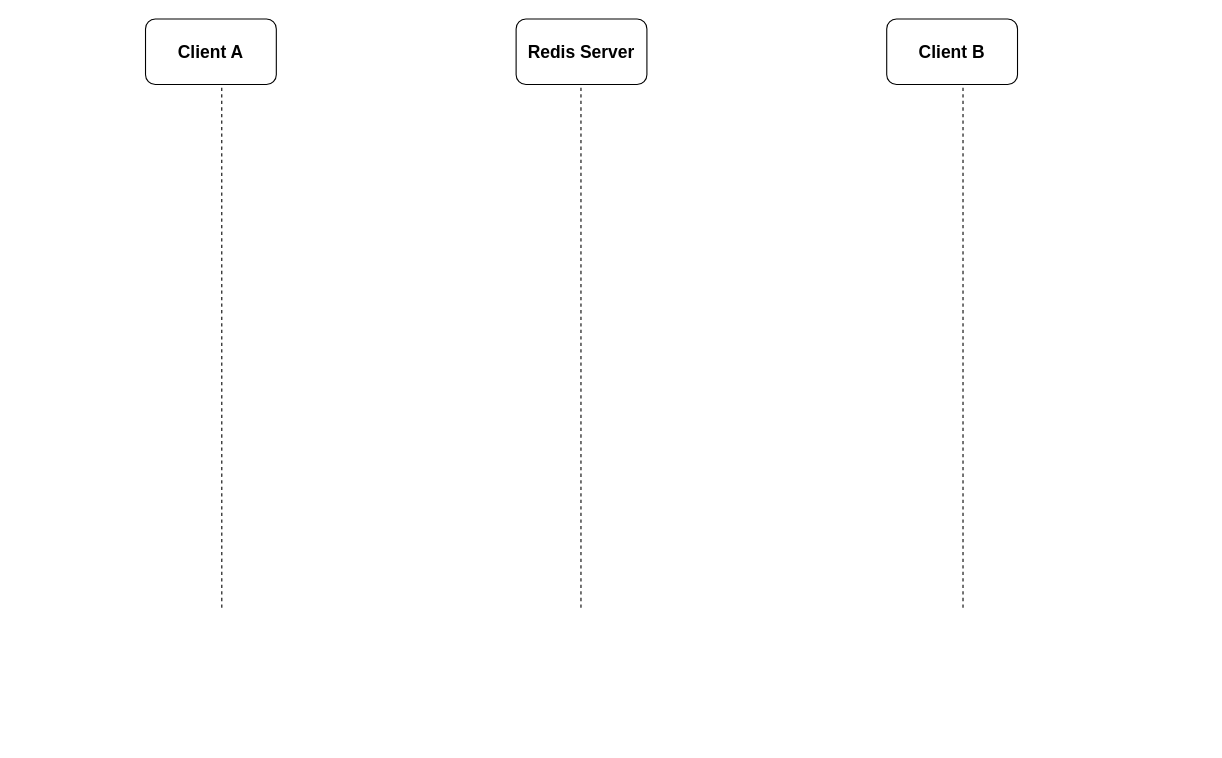
Earlier version of the draw.io diagram Redis实现分布式锁流程.drawio (852438143/drawIo). Source tidied: cells renumbered, new cells numbered last; positions are measured from the earlier drawing's top-left corner, leaving out a move shared by most shapes. Both pictures are drawn from the tidied source at 109%, with x=0, y=0 at pixel (145, 19).
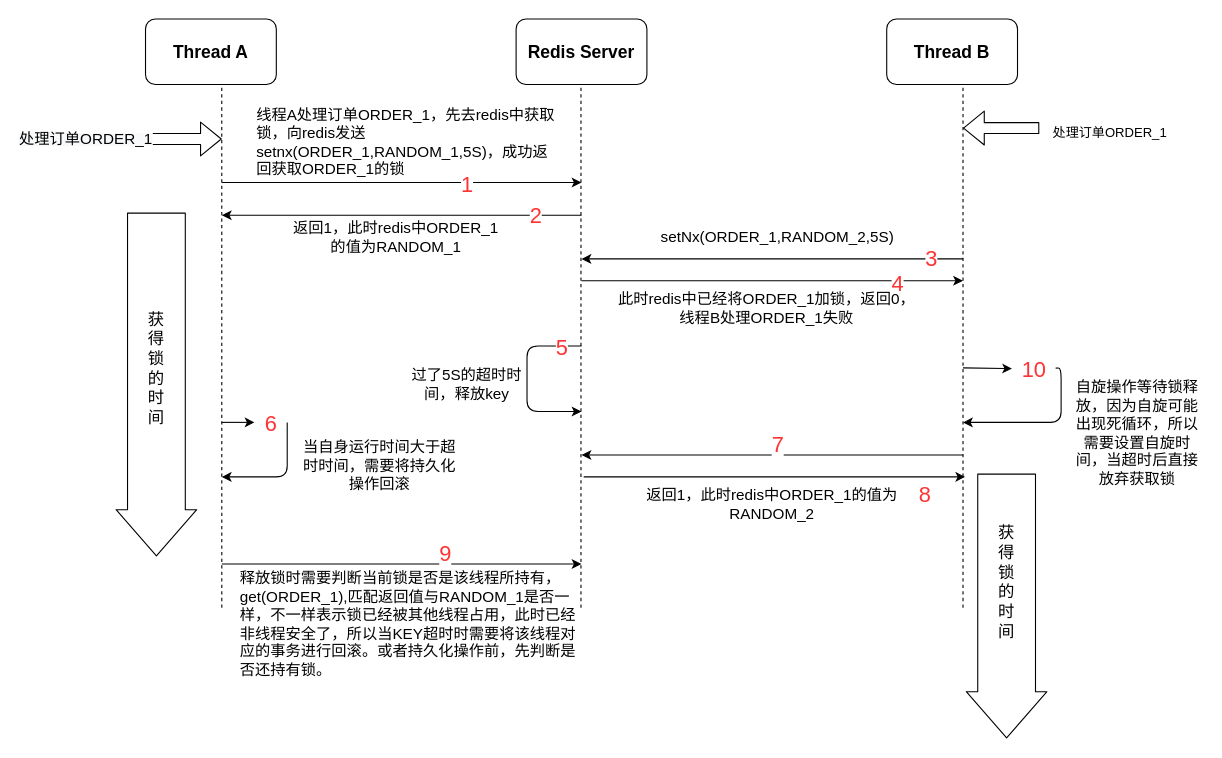
The same page after the edit.

Commit message:
Update Redis实现分布式锁流程.drawio

Diff of the diagram source:
```diff
@@
-    <mxCell id="2" value="&lt;font style=&quot;font-size: 16px&quot;&gt;&lt;b&gt;Client A&lt;/b&gt;&lt;/font&gt;" style="rounded=1;whiteSpace=wrap;html=1;" parent="1" vertex="1">
+    <mxCell id="2" value="&lt;font style=&quot;font-size: 16px&quot;&gt;&lt;b&gt;Thread A&lt;/b&gt;&lt;/font&gt;" style="rounded=1;whiteSpace=wrap;html=1;" parent="1" vertex="1">
       <mxGeometry width="120" height="60" as="geometry" />
     </mxCell>
@@
-    <mxCell id="4" value="&lt;font style=&quot;font-size: 16px&quot;&gt;&lt;b&gt;Client B&lt;/b&gt;&lt;/font&gt;" style="rounded=1;whiteSpace=wrap;html=1;" parent="1" vertex="1">
+    <mxCell id="4" value="&lt;font style=&quot;font-size: 16px&quot;&gt;&lt;b&gt;Thread B&lt;/b&gt;&lt;/font&gt;" style="rounded=1;whiteSpace=wrap;html=1;" parent="1" vertex="1">
       <mxGeometry x="680" width="120" height="60" as="geometry" />
     </mxCell>
@@
+    <mxCell id="8" style="endArrow=classic;html=1;" parent="1" edge="1">
+      <mxGeometry relative="1" as="geometry">
+        <mxPoint x="70" y="150" as="sourcePoint" />
+        <mxPoint x="400" y="150" as="targetPoint" />
+      </mxGeometry>
+    </mxCell>
+    <mxCell id="9" value="&lt;font style=&quot;font-size: 20px&quot; color=&quot;#ff3333&quot;&gt;1&lt;/font&gt;" style="edgeLabel;html=1;align=center;verticalAlign=middle;" parent="8" vertex="1">
+      <mxGeometry x="0.36" relative="1" as="geometry" />
+    </mxCell>
+    <mxCell id="10" value="处理订单ORDER_1" style="text;html=1;strokeColor=none;fillColor=none;align=center;verticalAlign=middle;whiteSpace=wrap;rounded=0;" parent="1" vertex="1">
+      <mxGeometry x="830" y="70" width="110" height="70" as="geometry" />
+    </mxCell>
+    <mxCell id="11" style="shape=flexArrow;endArrow=classic;html=1;" parent="1" edge="1">
+      <mxGeometry relative="1" as="geometry">
+        <mxPoint x="-90" y="110" as="sourcePoint" />
+        <mxPoint x="70" y="110" as="targetPoint" />
+      </mxGeometry>
+    </mxCell>
+    <mxCell id="12" value="&lt;span style=&quot;background-color: rgb(248 , 249 , 250)&quot;&gt;&lt;font style=&quot;font-size: 14px&quot;&gt;处理订单ORDER_1&lt;/font&gt;&lt;/span&gt;" style="edgeLabel;html=1;align=center;verticalAlign=middle;" parent="11" vertex="1">
+      <mxGeometry x="-0.57" y="1" relative="1" as="geometry" />
+    </mxCell>
+    <mxCell id="13" style="shape=flexArrow;endArrow=classic;html=1;" parent="1" edge="1">
+      <mxGeometry relative="1" as="geometry">
+        <mxPoint x="820" y="100" as="sourcePoint" />
+        <mxPoint x="750" y="100" as="targetPoint" />
+      </mxGeometry>
+    </mxCell>
+    <mxCell id="14" value="&lt;font style=&quot;font-size: 14px&quot;&gt;线程A处理订单ORDER_1，先去redis中获取锁，向redis发送setnx(ORDER_1,RANDOM_1,5S)，成功返回获取ORDER_1的锁&lt;/font&gt;" style="text;html=1;strokeColor=none;fillColor=none;align=left;verticalAlign=middle;whiteSpace=wrap;rounded=0;" parent="1" vertex="1">
+      <mxGeometry x="100" y="85" width="280" height="55" as="geometry" />
+    </mxCell>
+    <mxCell id="15" style="endArrow=classic;html=1;" parent="1" edge="1">
+      <mxGeometry relative="1" as="geometry">
+        <mxPoint x="400" y="180" as="sourcePoint" />
+        <mxPoint x="70" y="180" as="targetPoint" />
+      </mxGeometry>
+    </mxCell>
+    <mxCell id="16" value="&lt;font color=&quot;#ff3333&quot; style=&quot;font-size: 20px&quot;&gt;2&lt;/font&gt;" style="edgeLabel;html=1;align=center;verticalAlign=middle;" parent="15" vertex="1">
+      <mxGeometry x="-0.74" y="-1" relative="1" as="geometry" />
+    </mxCell>
+    <mxCell id="17" value="&lt;font style=&quot;font-size: 14px&quot;&gt;返回1，此时redis中ORDER_1的值为RANDOM_1&lt;/font&gt;" style="text;html=1;strokeColor=none;fillColor=none;align=center;verticalAlign=middle;whiteSpace=wrap;rounded=0;" parent="1" vertex="1">
+      <mxGeometry x="130" y="190" width="200" height="20" as="geometry" />
+    </mxCell>
+    <mxCell id="18" style="endArrow=classic;html=1;" parent="1" edge="1">
+      <mxGeometry relative="1" as="geometry">
+        <mxPoint x="750" y="220" as="sourcePoint" />
+        <mxPoint x="400" y="220" as="targetPoint" />
+      </mxGeometry>
+    </mxCell>
+    <mxCell id="19" value="&lt;font color=&quot;#ff3333&quot; style=&quot;font-size: 20px&quot;&gt;3&lt;/font&gt;" style="edgeLabel;html=1;align=center;verticalAlign=middle;" parent="18" vertex="1">
+      <mxGeometry x="-0.83" y="4" relative="1" as="geometry">
+        <mxPoint y="-6" as="offset" />
+      </mxGeometry>
+    </mxCell>
+    <mxCell id="20" value="&lt;font style=&quot;font-size: 14px&quot;&gt;setNx(ORDER_1,RANDOM_2,5S)&lt;/font&gt;" style="text;html=1;strokeColor=none;fillColor=none;align=center;verticalAlign=middle;whiteSpace=wrap;rounded=0;" parent="1" vertex="1">
+      <mxGeometry x="470" y="175" width="220" height="50" as="geometry" />
+    </mxCell>
+    <mxCell id="21" style="endArrow=classic;html=1;" parent="1" edge="1">
+      <mxGeometry relative="1" as="geometry">
+        <mxPoint x="400" y="240" as="sourcePoint" />
+        <mxPoint x="750" y="240" as="targetPoint" />
+      </mxGeometry>
+    </mxCell>
+    <mxCell id="22" value="&lt;span style=&quot;font-size: 20px&quot;&gt;&lt;font color=&quot;#ff3333&quot;&gt;4&lt;/font&gt;&lt;/span&gt;" style="edgeLabel;html=1;align=center;verticalAlign=middle;" parent="21" vertex="1">
+      <mxGeometry x="0.65" y="-1" relative="1" as="geometry" />
+    </mxCell>
+    <mxCell id="23" value="&lt;font style=&quot;font-size: 14px&quot;&gt;此时redis中已经将ORDER_1加锁，返回0，线程B处理ORDER_1失败&lt;/font&gt;" style="text;html=1;strokeColor=none;fillColor=none;align=center;verticalAlign=middle;whiteSpace=wrap;rounded=0;" parent="1" vertex="1">
+      <mxGeometry x="430" y="250" width="280" height="30" as="geometry" />
+    </mxCell>
+    <mxCell id="24" style="endArrow=classic;html=1;" parent="1" edge="1" source="45">
+      <mxGeometry relative="1" as="geometry">
+        <mxPoint x="750" y="370" as="targetPoint" />
+        <Array as="points">
+          <mxPoint x="840" y="320" />
+          <mxPoint x="840" y="370" />
+        </Array>
+      </mxGeometry>
+    </mxCell>
+    <mxCell id="25" style="endArrow=classic;html=1;" parent="1" edge="1">
+      <mxGeometry relative="1" as="geometry">
+        <mxPoint x="750" y="400" as="sourcePoint" />
+        <mxPoint x="400" y="400" as="targetPoint" />
+      </mxGeometry>
+    </mxCell>
+    <mxCell id="26" value="&lt;font style=&quot;font-size: 14px&quot;&gt;自旋操作等待锁释放，因为自旋可能出现死循环，所以需要设置自旋时间，当超时后直接放弃获取锁&lt;/font&gt;" style="text;html=1;strokeColor=none;fillColor=none;align=center;verticalAlign=middle;whiteSpace=wrap;rounded=0;" parent="1" vertex="1">
+      <mxGeometry x="850" y="320" width="120" height="120" as="geometry" />
+    </mxCell>
+    <mxCell id="27" style="endArrow=classic;html=1;" parent="1" edge="1">
+      <mxGeometry relative="1" as="geometry">
+        <mxPoint x="400" y="300" as="sourcePoint" />
+        <mxPoint x="400" y="360" as="targetPoint" />
+        <Array as="points">
+          <mxPoint x="350" y="300" />
+          <mxPoint x="350" y="360" />
+        </Array>
+      </mxGeometry>
+    </mxCell>
+    <mxCell id="28" value="&lt;font style=&quot;font-size: 14px&quot;&gt;过了5S的超时时间，释放key&lt;/font&gt;" style="text;html=1;strokeColor=none;fillColor=none;align=center;verticalAlign=middle;whiteSpace=wrap;rounded=0;" parent="1" vertex="1">
+      <mxGeometry x="240" y="310" width="110" height="50" as="geometry" />
+    </mxCell>
+    <mxCell id="29" style="endArrow=classic;html=1;" parent="1" edge="1">
+      <mxGeometry relative="1" as="geometry">
+        <mxPoint x="70" y="500" as="sourcePoint" />
+        <mxPoint x="400" y="500" as="targetPoint" />
+      </mxGeometry>
+    </mxCell>
+    <mxCell id="30" style="endArrow=classic;html=1;" parent="1" edge="1">
+      <mxGeometry relative="1" as="geometry">
+        <mxPoint x="402" y="420" as="sourcePoint" />
+        <mxPoint x="752" y="420" as="targetPoint" />
+      </mxGeometry>
+    </mxCell>
+    <mxCell id="31" value="&lt;span style=&quot;font-size: 14px&quot;&gt;返回1，此时redis中ORDER_1的值为RANDOM_2&lt;/span&gt;" style="text;html=1;strokeColor=none;fillColor=none;align=center;verticalAlign=middle;whiteSpace=wrap;rounded=0;" parent="1" vertex="1">
+      <mxGeometry x="435" y="430" width="280" height="30" as="geometry" />
+    </mxCell>
+    <mxCell id="32" style="shape=flexArrow;endArrow=classic;html=1;width=53;endSize=13.8;" parent="1" edge="1">
+      <mxGeometry relative="1" as="geometry">
+        <mxPoint x="10" y="177.5" as="sourcePoint" />
+        <mxPoint x="10" y="493" as="targetPoint" />
+      </mxGeometry>
+    </mxCell>
+    <mxCell id="33" value="&lt;span style=&quot;background-color: rgb(255 , 255 , 255)&quot;&gt;&lt;font style=&quot;font-size: 15px&quot;&gt;获得锁的时间&lt;/font&gt;&lt;/span&gt;" style="text;html=1;strokeColor=none;fillColor=none;align=center;verticalAlign=middle;whiteSpace=wrap;rounded=0;" parent="1" vertex="1">
+      <mxGeometry y="250" width="20" height="140" as="geometry" />
+    </mxCell>
+    <mxCell id="34" style="shape=flexArrow;endArrow=classic;html=1;width=53;endSize=13.8;" parent="1" edge="1">
+      <mxGeometry relative="1" as="geometry">
+        <mxPoint x="790" y="417" as="sourcePoint" />
+        <mxPoint x="790" y="660" as="targetPoint" />
+      </mxGeometry>
+    </mxCell>
+    <mxCell id="35" value="&lt;span style=&quot;background-color: rgb(255 , 255 , 255)&quot;&gt;&lt;font style=&quot;font-size: 15px&quot;&gt;获得锁的时间&lt;/font&gt;&lt;/span&gt;" style="text;html=1;strokeColor=none;fillColor=none;align=center;verticalAlign=middle;whiteSpace=wrap;rounded=0;" parent="1" vertex="1">
+      <mxGeometry x="780" y="445.5" width="20" height="140" as="geometry" />
+    </mxCell>
+    <mxCell id="36" value="&lt;font style=&quot;font-size: 14px&quot;&gt;释放锁时需要判断当前锁是否是该线程所持有，get(ORDER_1),匹配返回值与RANDOM_1是否一样，不一样表示锁已经被其他线程占用，此时已经非线程安全了，所以当KEY超时时需要将该线程对应的事务进行回滚。或者持久化操作前，先判断是否还持有锁。&lt;/font&gt;" style="text;html=1;strokeColor=none;fillColor=none;align=left;verticalAlign=middle;whiteSpace=wrap;rounded=0;" parent="1" vertex="1">
+      <mxGeometry x="85" y="500" width="310" height="110" as="geometry" />
+    </mxCell>
+    <mxCell id="37" style="endArrow=classic;html=1;" parent="1" edge="1" source="40">
+      <mxGeometry relative="1" as="geometry">
+        <mxPoint x="70" y="420" as="targetPoint" />
+        <Array as="points">
+          <mxPoint x="130" y="370" />
+          <mxPoint x="130" y="420" />
+        </Array>
+      </mxGeometry>
+    </mxCell>
+    <mxCell id="38" value="&lt;font style=&quot;font-size: 14px&quot;&gt;当自身运行时间大于超时时间，需要将持久化操作回滚&lt;/font&gt;" style="text;html=1;strokeColor=none;fillColor=none;align=center;verticalAlign=middle;whiteSpace=wrap;rounded=0;" parent="1" vertex="1">
+      <mxGeometry x="140" y="380" width="150" height="60" as="geometry" />
+    </mxCell>
+    <mxCell id="39" value="&lt;span style=&quot;font-size: 20px ; background-color: rgb(255 , 255 , 255)&quot;&gt;&lt;font color=&quot;#ff3333&quot;&gt;5&lt;/font&gt;&lt;/span&gt;" style="text;html=1;align=center;verticalAlign=middle;" parent="1" vertex="1">
+      <mxGeometry x="367" y="291" width="30" height="20" as="geometry" />
+    </mxCell>
+    <mxCell id="40" value="&lt;span style=&quot;font-size: 20px ; background-color: rgb(255 , 255 , 255)&quot;&gt;&lt;font color=&quot;#ff3333&quot;&gt;6&lt;/font&gt;&lt;/span&gt;" style="text;html=1;align=center;verticalAlign=middle;points=[];" parent="1" vertex="1">
+      <mxGeometry x="100" y="360" width="30" height="20" as="geometry" />
+    </mxCell>
+    <mxCell id="41" style="endArrow=classic;html=1;" parent="1" edge="1" target="40">
+      <mxGeometry relative="1" as="geometry">
+        <mxPoint x="70" y="370" as="sourcePoint" />
+      </mxGeometry>
+    </mxCell>
+    <mxCell id="42" value="&lt;span style=&quot;font-size: 20px ; background-color: rgb(255 , 255 , 255)&quot;&gt;&lt;font color=&quot;#ff3333&quot;&gt;7&lt;/font&gt;&lt;/span&gt;" style="text;html=1;align=center;verticalAlign=middle;" parent="1" vertex="1">
+      <mxGeometry x="565" y="380" width="30" height="20" as="geometry" />
+    </mxCell>
+    <mxCell id="43" value="&lt;span style=&quot;font-size: 20px ; background-color: rgb(255 , 255 , 255)&quot;&gt;&lt;font color=&quot;#ff3333&quot;&gt;8&lt;/font&gt;&lt;/span&gt;" style="text;html=1;align=center;verticalAlign=middle;" parent="1" vertex="1">
+      <mxGeometry x="700" y="425.5" width="30" height="20" as="geometry" />
+    </mxCell>
+    <mxCell id="44" value="&lt;span style=&quot;font-size: 20px ; background-color: rgb(255 , 255 , 255)&quot;&gt;&lt;font color=&quot;#ff3333&quot;&gt;9&lt;/font&gt;&lt;/span&gt;" style="text;html=1;align=center;verticalAlign=middle;" parent="1" vertex="1">
+      <mxGeometry x="260" y="480" width="30" height="20" as="geometry" />
+    </mxCell>
+    <mxCell id="45" value="&lt;span style=&quot;font-size: 20px ; background-color: rgb(255 , 255 , 255)&quot;&gt;&lt;font color=&quot;#ff3333&quot;&gt;10&lt;/font&gt;&lt;/span&gt;" style="text;html=1;align=center;verticalAlign=middle;points=[];" parent="1" vertex="1">
+      <mxGeometry x="795" y="311" width="40" height="20" as="geometry" />
+    </mxCell>
+    <mxCell id="46" style="endArrow=classic;html=1;" parent="1" edge="1" target="45">
+      <mxGeometry relative="1" as="geometry">
+        <mxPoint x="750" y="320" as="sourcePoint" />
+      </mxGeometry>
+    </mxCell>
```
